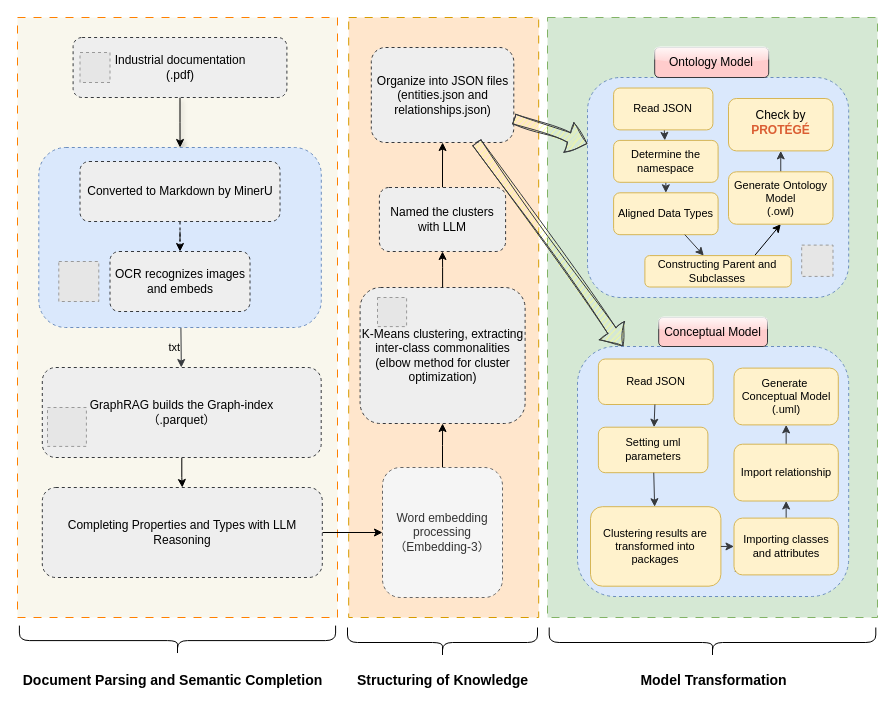
Before: 流程图.drawio in yizhezhixing/yizhezhixing, a draw.io diagram. Source tidied: cells renumbered, new cells numbered last; positions are measured from the earlier drawing's top-left corner, leaving out a move shared by most shapes. Both pictures are drawn from the tidied source at 100%, with x=0, y=0 at pixel (17, 17). Pictures stored in the file or linked from it are replaced by grey dashed boxes.
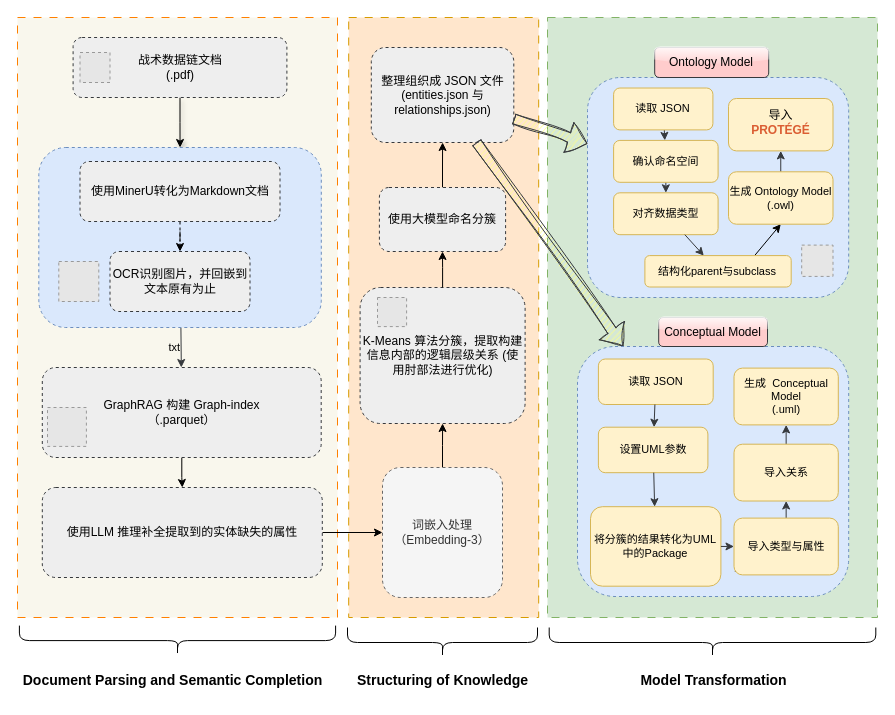
The same page after the edit.

Commit message:
更新流程图.drawio

The change refers to these unchanged cells:
```xml
<mxCell id="8" style="group;dashed=1;" parent="1" vertex="1">
  <mxGeometry x="343.8" y="270" width="165" height="136" as="geometry" />
</mxCell>
<mxCell id="28" style="group;" parent="1" vertex="1">
  <mxGeometry x="24.8" y="350" width="278.9" height="90" as="geometry" />
</mxCell>
<mxCell id="32" style="group;" parent="31" vertex="1">
  <mxGeometry y="29" width="271.2" height="250" as="geometry" />
</mxCell>
<mxCell id="37" style="group;" parent="32" vertex="1">
  <mxGeometry x="156.5" y="21.6" width="104.3" height="206.8" as="geometry" />
</mxCell>
<mxCell id="51" style="group;" parent="49" vertex="1">
  <mxGeometry x="26.1" y="10.5" width="219.4" height="199" as="geometry" />
</mxCell>
```

What changed in the source:
```diff
@@
-    <mxCell id="5" value="Industrial documentation&lt;br&gt;&lt;div&gt;(.pdf)&lt;/div&gt;" style="rounded=1;whiteSpace=wrap;html=1;fillColor=#eeeeee;strokeColor=#36393d;dashed=1;" parent="1" vertex="1">
+    <mxCell id="5" value="战术数据链文档&lt;br&gt;&lt;div&gt;(.pdf)&lt;/div&gt;" style="rounded=1;whiteSpace=wrap;html=1;fillColor=#eeeeee;strokeColor=#36393d;dashed=1;" parent="1" vertex="1">
       <mxGeometry x="55.6" y="20" width="213.8" height="60" as="geometry" />
     </mxCell>
@@
-    <mxCell id="9" value="K-Means clustering, extracting inter-class commonalities (elbow method for cluster optimization)" style="rounded=1;whiteSpace=wrap;html=1;fillColor=#eeeeee;strokeColor=#36393d;dashed=1;" parent="8" vertex="1">
+    <mxCell id="9" value="K-Means 算法分簇，提取构建信息内部的逻辑层级关系 (使用肘部法进行优化)" style="rounded=1;whiteSpace=wrap;html=1;fillColor=#eeeeee;strokeColor=#36393d;dashed=1;" parent="8" vertex="1">
       <mxGeometry x="-1.2" width="165" height="136" as="geometry" />
     </mxCell>
@@
-    <mxCell id="11" value="&lt;div&gt;Organize into JSON files (entities.json and relationships.json)&lt;/div&gt;" style="rounded=1;whiteSpace=wrap;html=1;fillColor=#eeeeee;strokeColor=#36393d;dashed=1;" parent="1" vertex="1">
+    <mxCell id="11" value="&lt;div&gt;整理组织成 JSON 文件 (entities.json 与 relationships.json)&lt;/div&gt;" style="rounded=1;whiteSpace=wrap;html=1;fillColor=#eeeeee;strokeColor=#36393d;dashed=1;" parent="1" vertex="1">
       <mxGeometry x="353.8" y="30" width="142.5" height="95" as="geometry" />
     </mxCell>
@@
-    <mxCell id="18" value="Word embedding processing&lt;div&gt;（Embedding-3&lt;span style=&quot;background-color: transparent; color: light-dark(rgb(51, 51, 51), rgb(193, 193, 193));&quot;&gt;）&lt;/span&gt;&lt;/div&gt;" style="rounded=1;whiteSpace=wrap;html=1;dashed=1;fillColor=#f5f5f5;fontColor=#333333;strokeColor=#666666;" parent="1" vertex="1">
+    <mxCell id="18" value="词嵌入处理&lt;div&gt;（Embedding-3&lt;span style=&quot;background-color: transparent; color: light-dark(rgb(51, 51, 51), rgb(193, 193, 193));&quot;&gt;）&lt;/span&gt;&lt;/div&gt;" style="rounded=1;whiteSpace=wrap;html=1;dashed=1;fillColor=#f5f5f5;fontColor=#333333;strokeColor=#666666;" parent="1" vertex="1">
       <mxGeometry x="365" y="450" width="120" height="130" as="geometry" />
     </mxCell>
@@
-    <mxCell id="20" value="Completing Properties and Types with LLM Reasoning" style="rounded=1;whiteSpace=wrap;html=1;fillColor=#eeeeee;strokeColor=#36393d;dashed=1;" parent="1" vertex="1">
+    <mxCell id="20" value="使用LLM 推理补全提取到的实体缺失的属性" style="rounded=1;whiteSpace=wrap;html=1;fillColor=#eeeeee;strokeColor=#36393d;dashed=1;" parent="1" vertex="1">
       <mxGeometry x="24.8" y="470" width="280" height="90" as="geometry" />
     </mxCell>
@@
-    <mxCell id="22" value="Converted to Markdown by MinerU" style="rounded=1;whiteSpace=wrap;html=1;fillColor=#eeeeee;strokeColor=#36393d;dashed=1;" parent="1" vertex="1">
+    <mxCell id="22" value="使用MinerU转化为Markdown文档" style="rounded=1;whiteSpace=wrap;html=1;fillColor=#eeeeee;strokeColor=#36393d;dashed=1;" parent="1" vertex="1">
       <mxGeometry x="62.5" y="144" width="200" height="60" as="geometry" />
     </mxCell>
-    <mxCell id="23" value="OCR recognizes images and embeds" style="rounded=1;whiteSpace=wrap;html=1;fillColor=#eeeeee;strokeColor=#36393d;dashed=1;" parent="1" vertex="1">
+    <mxCell id="23" value="OCR识别图片，并回嵌到文本原有为止" style="rounded=1;whiteSpace=wrap;html=1;fillColor=#eeeeee;strokeColor=#36393d;dashed=1;" parent="1" vertex="1">
       <mxGeometry x="92.5" y="234" width="140" height="60" as="geometry" />
     </mxCell>
@@
-    <mxCell id="26" value="&lt;div&gt;Named the clusters with LLM&lt;/div&gt;" style="rounded=1;whiteSpace=wrap;html=1;fillColor=#eeeeee;strokeColor=#36393d;dashed=1;" parent="1" vertex="1">
+    <mxCell id="26" value="&lt;div&gt;使用大模型命名分簇&lt;/div&gt;" style="rounded=1;whiteSpace=wrap;html=1;fillColor=#eeeeee;strokeColor=#36393d;dashed=1;" parent="1" vertex="1">
       <mxGeometry x="361.9" y="170" width="126.2" height="64" as="geometry" />
     </mxCell>
@@
-    <mxCell id="29" value="&lt;div&gt;GraphRAG builds the Graph-index&lt;/div&gt;&lt;div&gt;（.parquet）&lt;/div&gt;" style="rounded=1;whiteSpace=wrap;html=1;fillColor=#eeeeee;strokeColor=#36393d;dashed=1;" parent="28" vertex="1">
+    <mxCell id="29" value="&lt;div&gt;GraphRAG 构建 Graph-index&lt;/div&gt;&lt;div&gt;（.parquet）&lt;/div&gt;" style="rounded=1;whiteSpace=wrap;html=1;fillColor=#eeeeee;strokeColor=#36393d;dashed=1;" parent="28" vertex="1">
       <mxGeometry width="278.9" height="90" as="geometry" />
     </mxCell>
@@
-    <mxCell id="34" value="Setting uml parameters" style="rounded=1;whiteSpace=wrap;html=1;fontFamily=Helvetica;fontSize=11;labelBackgroundColor=none;fillColor=#fff2cc;strokeColor=#d6b656;" parent="32" vertex="1">
+    <mxCell id="34" value="设置UML参数" style="rounded=1;whiteSpace=wrap;html=1;fontFamily=Helvetica;fontSize=11;labelBackgroundColor=none;fillColor=#fff2cc;strokeColor=#d6b656;" parent="32" vertex="1">
       <mxGeometry x="20.9" y="80.7" width="109.5" height="45.5" as="geometry" />
     </mxCell>
-    <mxCell id="35" value="Clustering results are transformed into packages" style="rounded=1;whiteSpace=wrap;html=1;fontFamily=Helvetica;fontSize=11;labelBackgroundColor=none;fillColor=#fff2cc;strokeColor=#d6b656;" parent="32" vertex="1">
+    <mxCell id="35" value="将分簇的结果转化为UML中的Package" style="rounded=1;whiteSpace=wrap;html=1;fontFamily=Helvetica;fontSize=11;labelBackgroundColor=none;fillColor=#fff2cc;strokeColor=#d6b656;" parent="32" vertex="1">
       <mxGeometry x="13" y="160.2" width="130.4" height="79.5" as="geometry" />
     </mxCell>
-    <mxCell id="36" value="Read JSON" style="rounded=1;whiteSpace=wrap;html=1;fontFamily=Helvetica;fontSize=11;labelBackgroundColor=none;fillColor=#fff2cc;strokeColor=#d6b656;" parent="32" vertex="1">
+    <mxCell id="36" value="读取 JSON" style="rounded=1;whiteSpace=wrap;html=1;fontFamily=Helvetica;fontSize=11;labelBackgroundColor=none;fillColor=#fff2cc;strokeColor=#d6b656;" parent="32" vertex="1">
       <mxGeometry x="20.9" y="12.5" width="114.8" height="45.5" as="geometry" />
     </mxCell>
@@
-    <mxCell id="40" value="Importing classes and attributes" style="rounded=1;whiteSpace=wrap;html=1;fontFamily=Helvetica;fontSize=11;labelBackgroundColor=none;fillColor=#fff2cc;strokeColor=#d6b656;" parent="37" vertex="1">
+    <mxCell id="40" value="导入类型与属性" style="rounded=1;whiteSpace=wrap;html=1;fontFamily=Helvetica;fontSize=11;labelBackgroundColor=none;fillColor=#fff2cc;strokeColor=#d6b656;" parent="37" vertex="1">
       <mxGeometry y="150" width="104.3" height="56.8" as="geometry" />
     </mxCell>
@@
-    <mxCell id="42" value="Import relationship" style="rounded=1;whiteSpace=wrap;html=1;fontFamily=Helvetica;fontSize=11;labelBackgroundColor=none;fillColor=#fff2cc;strokeColor=#d6b656;" parent="37" vertex="1">
+    <mxCell id="42" value="导入关系" style="rounded=1;whiteSpace=wrap;html=1;fontFamily=Helvetica;fontSize=11;labelBackgroundColor=none;fillColor=#fff2cc;strokeColor=#d6b656;" parent="37" vertex="1">
       <mxGeometry y="76.1" width="104.3" height="56.8" as="geometry" />
     </mxCell>
-    <mxCell id="43" value="&lt;div&gt;Generate&amp;nbsp; Conceptual Model&lt;/div&gt;&lt;div&gt;(.uml)&lt;/div&gt;" style="whiteSpace=wrap;html=1;fontSize=11;rounded=1;labelBackgroundColor=none;fillColor=#fff2cc;strokeColor=#d6b656;" parent="37" vertex="1">
+    <mxCell id="43" value="&lt;div&gt;生成&amp;nbsp; Conceptual Model&lt;/div&gt;&lt;div&gt;(.uml)&lt;/div&gt;" style="whiteSpace=wrap;html=1;fontSize=11;rounded=1;labelBackgroundColor=none;fillColor=#fff2cc;strokeColor=#d6b656;" parent="37" vertex="1">
       <mxGeometry width="104.3" height="56.8" as="geometry" />
     </mxCell>
@@
-    <mxCell id="53" value="Determine the namespace" style="rounded=1;whiteSpace=wrap;html=1;fontFamily=Helvetica;fontSize=11;labelBackgroundColor=none;fillColor=#fff2cc;strokeColor=#d6b656;" parent="51" vertex="1">
+    <mxCell id="53" value="确认命名空间" style="rounded=1;whiteSpace=wrap;html=1;fontFamily=Helvetica;fontSize=11;labelBackgroundColor=none;fillColor=#fff2cc;strokeColor=#d6b656;" parent="51" vertex="1">
       <mxGeometry y="52.4" width="104.5" height="41.9" as="geometry" />
     </mxCell>
-    <mxCell id="54" value="Aligned Data Types" style="rounded=1;whiteSpace=wrap;html=1;fontFamily=Helvetica;fontSize=11;labelBackgroundColor=none;fillColor=#fff2cc;strokeColor=#d6b656;" parent="51" vertex="1">
+    <mxCell id="54" value="对齐数据类型" style="rounded=1;whiteSpace=wrap;html=1;fontFamily=Helvetica;fontSize=11;labelBackgroundColor=none;fillColor=#fff2cc;strokeColor=#d6b656;" parent="51" vertex="1">
       <mxGeometry y="104.8" width="104.5" height="41.9" as="geometry" />
     </mxCell>
@@
-    <mxCell id="56" value="Read JSON" style="rounded=1;whiteSpace=wrap;html=1;fontFamily=Helvetica;fontSize=11;labelBackgroundColor=none;fillColor=#fff2cc;strokeColor=#d6b656;" parent="51" vertex="1">
+    <mxCell id="56" value="读取 JSON" style="rounded=1;whiteSpace=wrap;html=1;fontFamily=Helvetica;fontSize=11;labelBackgroundColor=none;fillColor=#fff2cc;strokeColor=#d6b656;" parent="51" vertex="1">
       <mxGeometry width="99.3" height="41.9" as="geometry" />
     </mxCell>
@@
-    <mxCell id="58" value="Constructing Parent and Subclasses" style="rounded=1;whiteSpace=wrap;html=1;fontFamily=Helvetica;fontSize=11;labelBackgroundColor=none;fillColor=#fff2cc;strokeColor=#d6b656;" parent="51" vertex="1">
+    <mxCell id="58" value="结构化parent与subclass" style="rounded=1;whiteSpace=wrap;html=1;fontFamily=Helvetica;fontSize=11;labelBackgroundColor=none;fillColor=#fff2cc;strokeColor=#d6b656;" parent="51" vertex="1">
       <mxGeometry x="31.3" y="167.6" width="146.3" height="31.4" as="geometry" />
     </mxCell>
@@
-    <mxCell id="61" value="&lt;div&gt;Generate Ontology Model&lt;/div&gt;&lt;div&gt;(.owl)&lt;/div&gt;" style="rounded=1;whiteSpace=wrap;html=1;fontFamily=Helvetica;fontSize=11;labelBackgroundColor=none;fillColor=#fff2cc;strokeColor=#d6b656;" parent="51" vertex="1">
+    <mxCell id="61" value="&lt;div&gt;生成 Ontology Model&lt;/div&gt;&lt;div&gt;(.owl)&lt;/div&gt;" style="rounded=1;whiteSpace=wrap;html=1;fontFamily=Helvetica;fontSize=11;labelBackgroundColor=none;fillColor=#fff2cc;strokeColor=#d6b656;" parent="51" vertex="1">
       <mxGeometry x="114.9" y="83.8" width="104.5" height="52.4" as="geometry" />
     </mxCell>
-    <mxCell id="62" value="&lt;font style=&quot;font-size: 12px;&quot;&gt;Check by&lt;/font&gt;&lt;div&gt;&lt;h3 style=&quot;box-sizing: border-box; font-family: &amp;quot;Brandon Grotesque&amp;quot;, sans-serif; line-height: 1.1; margin-top: 0px; margin-bottom: 4px; text-transform: uppercase; color: rgb(219, 94, 51); text-align: start;&quot; class=&quot;upcase&quot;&gt;&lt;font style=&quot;font-size: 12px;&quot;&gt;Protégé&lt;/font&gt;&lt;/h3&gt;&lt;/div&gt;" style="rounded=1;whiteSpace=wrap;html=1;fontFamily=Helvetica;fontSize=11;labelBackgroundColor=none;fillColor=#fff2cc;strokeColor=#d6b656;" parent="51" vertex="1">
+    <mxCell id="62" value="&lt;font style=&quot;font-size: 12px;&quot;&gt;导入&lt;/font&gt;&lt;div&gt;&lt;h3 style=&quot;box-sizing: border-box; font-family: &amp;quot;Brandon Grotesque&amp;quot;, sans-serif; line-height: 1.1; margin-top: 0px; margin-bottom: 4px; text-transform: uppercase; color: rgb(219, 94, 51); text-align: start;&quot; class=&quot;upcase&quot;&gt;&lt;font style=&quot;font-size: 12px;&quot;&gt;Protégé&lt;/font&gt;&lt;/h3&gt;&lt;/div&gt;" style="rounded=1;whiteSpace=wrap;html=1;fontFamily=Helvetica;fontSize=11;labelBackgroundColor=none;fillColor=#fff2cc;strokeColor=#d6b656;" parent="51" vertex="1">
       <mxGeometry x="114.9" y="10.5" width="104.5" height="52.4" as="geometry" />
     </mxCell>
```
